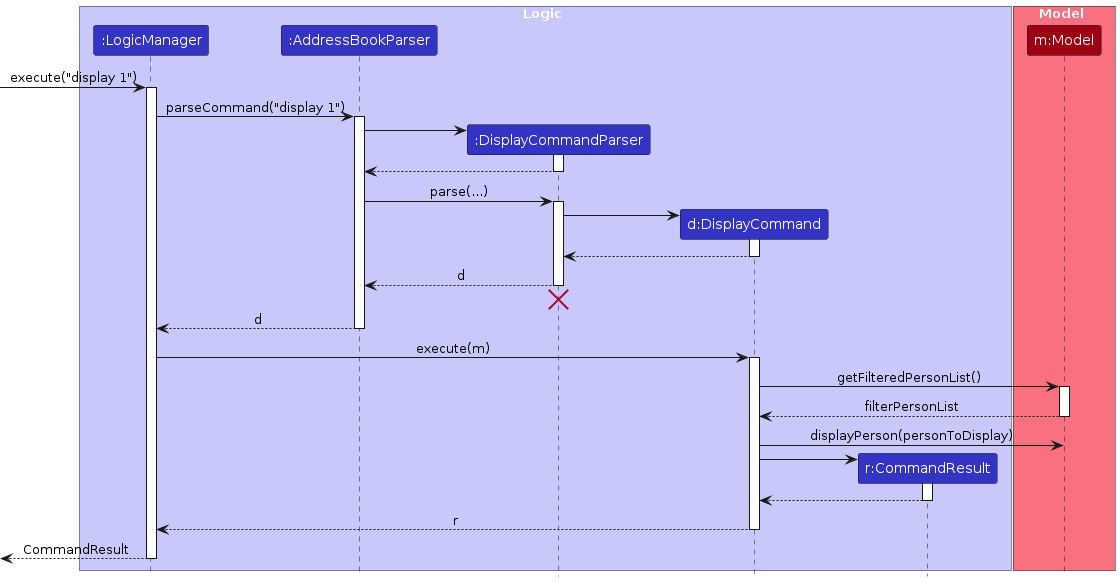
The PlantUML diagram diagrams/DisplaySequenceDiagram.png in AY2425S1-CS2103T-F09-4/tp, before a commit. Its source is kept beside it as diagrams/DisplaySequenceDiagram.puml.
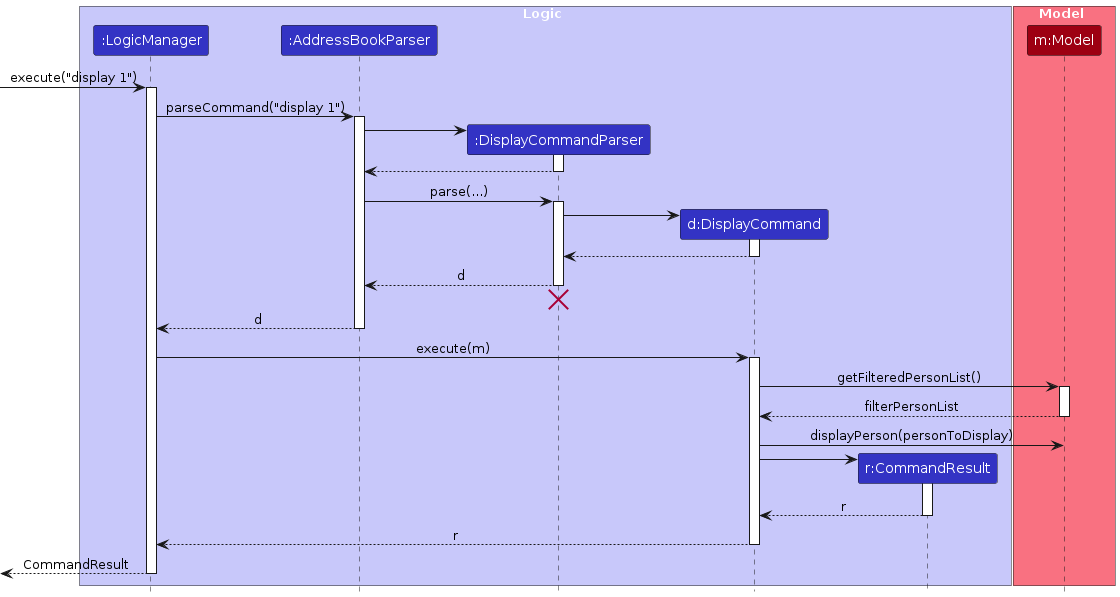
After the change.

Change to the diagram source:
```diff
@@ -60,7 +60,7 @@
 DisplayCommand -> CommandResult
 activate CommandResult
 
-CommandResult --> DisplayCommand
+CommandResult --> DisplayCommand : r
 deactivate CommandResult
 
 DisplayCommand --> LogicManager : r
```
